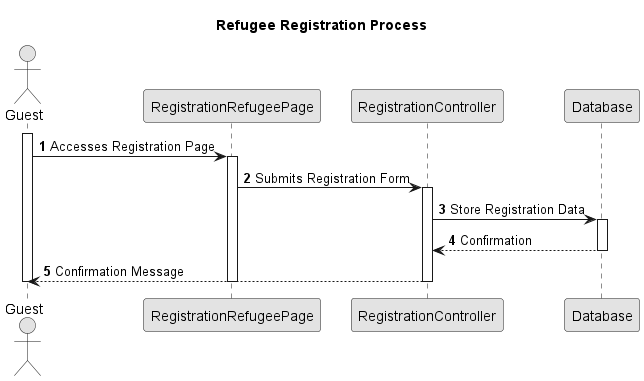
Earlier version of the PlantUML export Doc/use-Cases/uc010/systemDiagram/sequenceDiagram010.png (kanzodotjava/RefugeeLINK). Its diagram source:
```plantuml
@startuml
skinparam monochrome true
skinparam packageStyle rectangle
skinparam shadowing false

title Refugee Registration Process

autonumber

actor Guest
participant "RegistrationRefugeePage" as RegPage
participant "RegistrationController" as RegCtrl
participant Database

activate Guest

Guest -> RegPage : Accesses Registration Page
activate RegPage

RegPage -> RegCtrl : Submits Registration Form
activate RegCtrl

RegCtrl -> Database : Store Registration Data
activate Database
Database --> RegCtrl : Confirmation
deactivate Database

RegCtrl --> Guest : Confirmation Message
deactivate RegCtrl
deactivate RegPage

deactivate Guest

@enduml
```
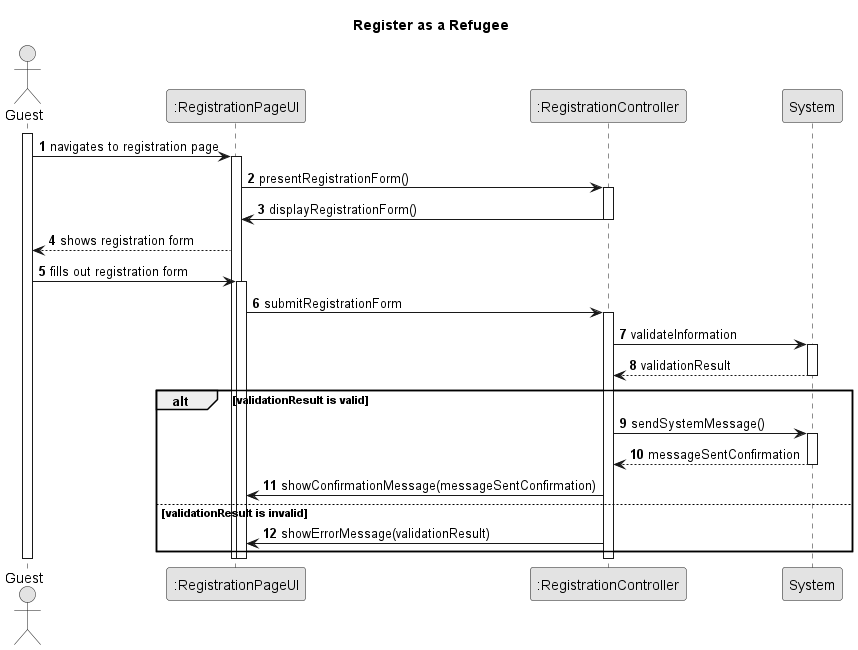
After the change.

What changed in the source:
```diff
@@ -3,31 +3,44 @@
 skinparam packageStyle rectangle
 skinparam shadowing false
 
-title Refugee Registration Process
+title Register as a Refugee
 
 autonumber
 
 actor Guest
-participant "RegistrationRefugeePage" as RegPage
-participant "RegistrationController" as RegCtrl
-participant Database
+participant ":RegistrationPageUI" as ui
+participant ":RegistrationController" as ctrl
+participant "System" as system
 
 activate Guest
 
-Guest -> RegPage : Accesses Registration Page
-activate RegPage
-
-RegPage -> RegCtrl : Submits Registration Form
-activate RegCtrl
-
-RegCtrl -> Database : Store Registration Data
-activate Database
-Database --> RegCtrl : Confirmation
-deactivate Database
-
-RegCtrl --> Guest : Confirmation Message
-deactivate RegCtrl
-deactivate RegPage
+    Guest -> ui : navigates to registration page
+    activate ui
+        ui -> ctrl : presentRegistrationForm()
+        activate ctrl
+            ctrl -> ui : displayRegistrationForm()
+            deactivate ctrl
+        ui --> Guest : shows registration form
+        Guest -> ui : fills out registration form
+        activate ui
+            ui -> ctrl : submitRegistrationForm
+            activate ctrl
+                ctrl -> system : validateInformation
+                activate system
+                    system --> ctrl : validationResult
+                deactivate system
+                alt validationResult is valid
+                    ctrl -> system : sendSystemMessage()
+                    activate system
+                        system --> ctrl : messageSentConfirmation
+                    deactivate system
+                    ctrl -> ui : showConfirmationMessage(messageSentConfirmation)
+                else validationResult is invalid
+                    ctrl -> ui : showErrorMessage(validationResult)
+                end
+            deactivate ctrl
+        deactivate ui
+    deactivate ui
 
 deactivate Guest
 
```
